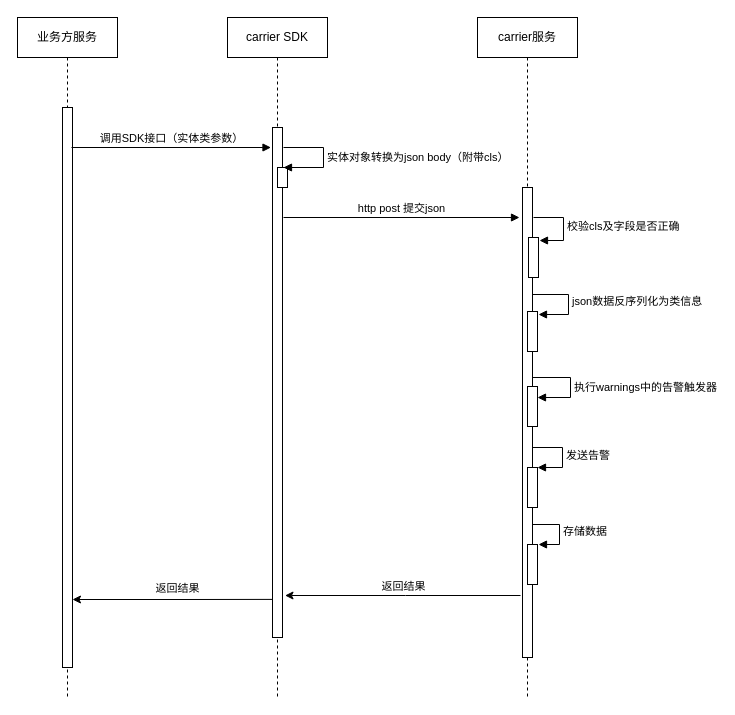
xiaofang168/files keeps this draw.io diagram as page "第 2 页" (2 of 2) of drawio/稳定性数据上报流程.drawio. Above is the earlier version. Source tidied: cells renumbered, new cells numbered last; positions are measured from the earlier drawing's top-left corner, leaving out a move shared by most shapes. Both pictures are drawn from the tidied source at 100%, with x=0, y=0 at pixel (17, 17).
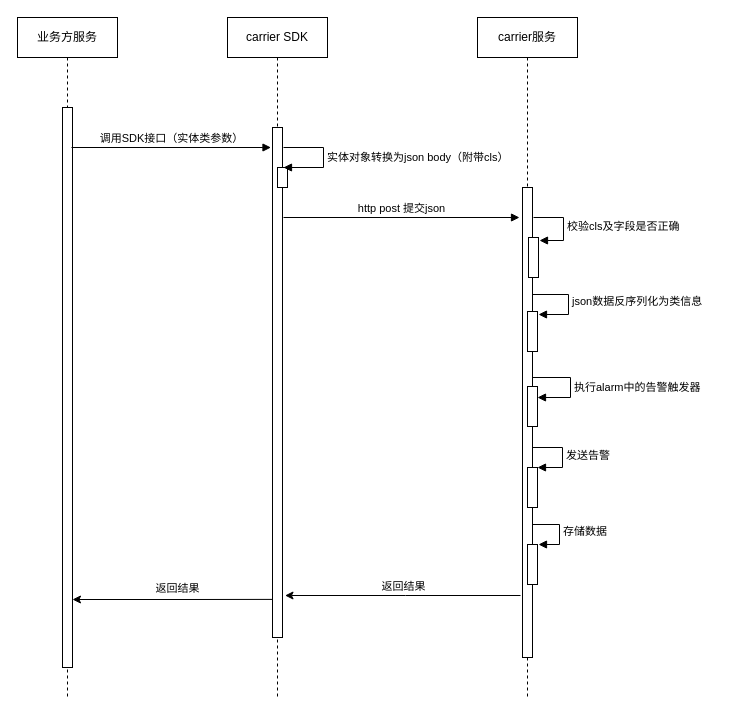
The same page after the edit.

Unchanged cells that the change refers to:
```xml
<mxCell id="10" value="carrier服务" style="shape=umlLifeline;perimeter=lifelinePerimeter;whiteSpace=wrap;html=1;" parent="1" vertex="1">
  <mxGeometry x="460" width="100" height="680" as="geometry" />
</mxCell>
```

Diff of the diagram source:
```diff
@@
-    <mxCell id="16" value="执行warnings中的告警触发器" style="edgeStyle=orthogonalEdgeStyle;html=1;align=left;spacingLeft=2;endArrow=block;rounded=0;" parent="10" edge="1">
+    <mxCell id="16" value="执行alarm中的告警触发器" style="edgeStyle=orthogonalEdgeStyle;html=1;align=left;spacingLeft=2;endArrow=block;rounded=0;" parent="10" edge="1">
       <mxGeometry x="0.05" relative="1" as="geometry">
         <mxPoint x="55" y="360" as="sourcePoint" />
         <mxPoint x="60" y="380" as="targetPoint" />
         <Array as="points">
           <mxPoint x="93" y="360" />
           <mxPoint x="93" y="380" />
         </Array>
       </mxGeometry>
     </mxCell>
```
